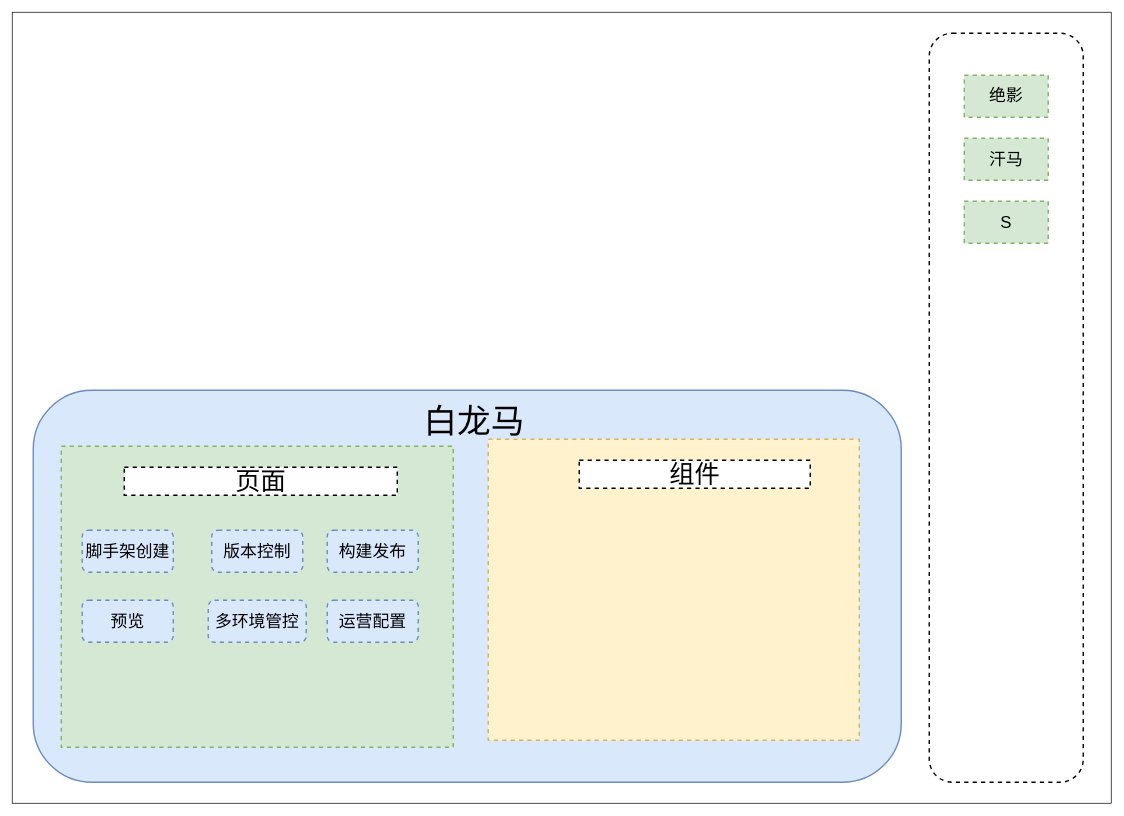
Earlier version of the draw.io diagram 未命名绘图22.drawio (Hzy0913/hanlibrary). Source tidied: cells renumbered, new cells numbered last; positions are measured from the earlier drawing's top-left corner, leaving out a move shared by most shapes. Both pictures are drawn from the tidied source at 70%, with x=0, y=0 at pixel (12, 12).
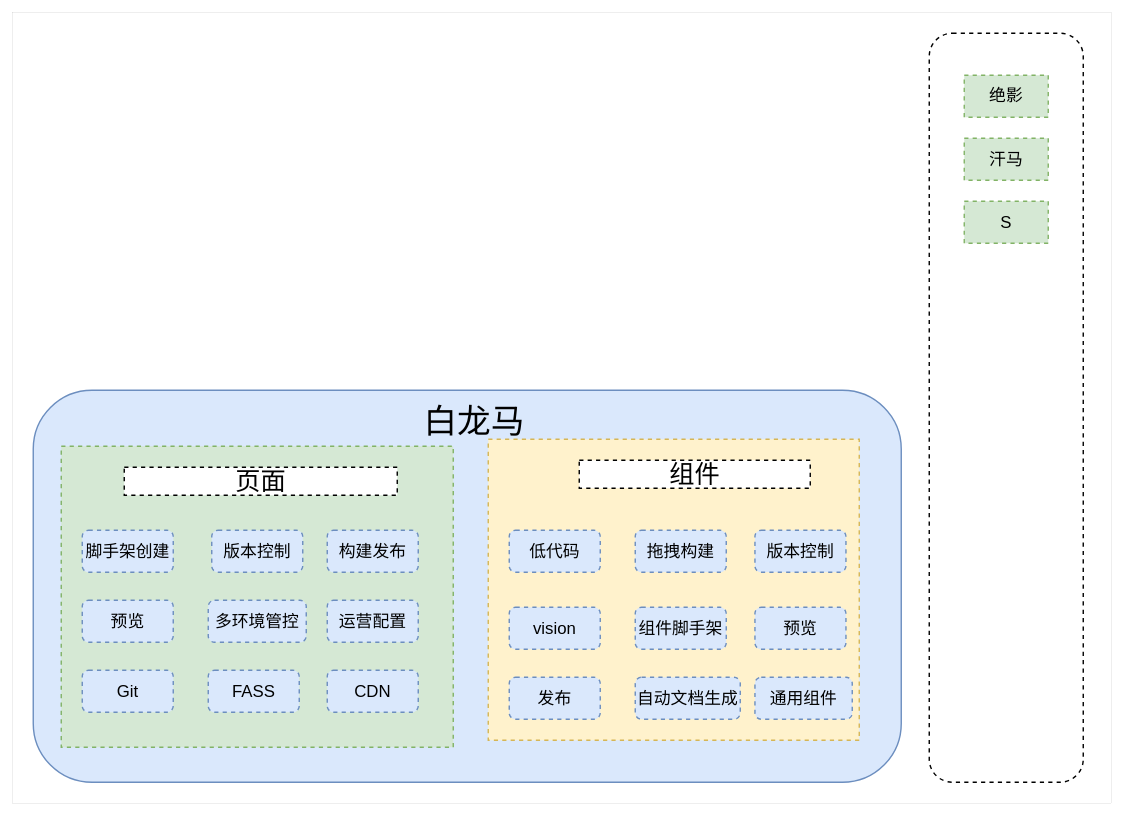
Above is the later version.

Commit message (it also covers changes not shown here):
更新未命名绘图22.drawio

Change to the diagram source:
```diff
@@
-    <mxCell id="2" style="rounded=0;whiteSpace=wrap;html=1;" parent="1" vertex="1">
+    <mxCell id="2" style="rounded=0;whiteSpace=wrap;html=1;strokeWidth=0;" parent="1" vertex="1">
       <mxGeometry width="1570" height="1130" as="geometry" />
     </mxCell>
@@
+    <mxCell id="19" value="&lt;font style=&quot;font-size: 24px&quot;&gt;低代码&lt;/font&gt;" style="rounded=1;whiteSpace=wrap;html=1;dashed=1;strokeWidth=2;fillColor=#dae8fc;strokeColor=#6c8ebf;fontSize=22;" parent="1" vertex="1">
+      <mxGeometry x="710" y="740" width="130" height="60" as="geometry" />
+    </mxCell>
+    <mxCell id="20" value="&lt;font style=&quot;font-size: 24px&quot;&gt;拖拽构建&lt;/font&gt;" style="rounded=1;whiteSpace=wrap;html=1;dashed=1;strokeWidth=2;fillColor=#dae8fc;strokeColor=#6c8ebf;fontSize=22;" parent="1" vertex="1">
+      <mxGeometry x="890" y="740" width="130" height="60" as="geometry" />
+    </mxCell>
+    <mxCell id="21" value="&lt;font style=&quot;font-size: 24px&quot;&gt;版本控制&lt;/font&gt;" style="rounded=1;whiteSpace=wrap;html=1;dashed=1;strokeWidth=2;fillColor=#dae8fc;strokeColor=#6c8ebf;fontSize=22;" parent="1" vertex="1">
+      <mxGeometry x="1061" y="740" width="130" height="60" as="geometry" />
+    </mxCell>
+    <mxCell id="22" value="&lt;span style=&quot;font-size: 24px&quot;&gt;Git&lt;/span&gt;" style="rounded=1;whiteSpace=wrap;html=1;dashed=1;strokeWidth=2;fillColor=#dae8fc;strokeColor=#6c8ebf;fontSize=22;" parent="1" vertex="1">
+      <mxGeometry x="100" y="940" width="130" height="60" as="geometry" />
+    </mxCell>
+    <mxCell id="23" value="&lt;font style=&quot;font-size: 24px&quot;&gt;FASS&lt;/font&gt;" style="rounded=1;whiteSpace=wrap;html=1;dashed=1;strokeWidth=2;fillColor=#dae8fc;strokeColor=#6c8ebf;fontSize=22;" parent="1" vertex="1">
+      <mxGeometry x="280" y="940" width="130" height="60" as="geometry" />
+    </mxCell>
+    <mxCell id="24" value="&lt;span style=&quot;font-size: 24px&quot;&gt;CDN&lt;/span&gt;" style="rounded=1;whiteSpace=wrap;html=1;dashed=1;strokeWidth=2;fillColor=#dae8fc;strokeColor=#6c8ebf;fontSize=22;" parent="1" vertex="1">
+      <mxGeometry x="450" y="940" width="130" height="60" as="geometry" />
+    </mxCell>
+    <mxCell id="25" value="&lt;span style=&quot;font-size: 24px&quot;&gt;vision&lt;/span&gt;" style="rounded=1;whiteSpace=wrap;html=1;dashed=1;strokeWidth=2;fillColor=#dae8fc;strokeColor=#6c8ebf;fontSize=22;" parent="1" vertex="1">
+      <mxGeometry x="710" y="850" width="130" height="60" as="geometry" />
+    </mxCell>
+    <mxCell id="26" value="&lt;span style=&quot;font-size: 24px&quot;&gt;组件脚手架&lt;/span&gt;" style="rounded=1;whiteSpace=wrap;html=1;dashed=1;strokeWidth=2;fillColor=#dae8fc;strokeColor=#6c8ebf;fontSize=22;" parent="1" vertex="1">
+      <mxGeometry x="890" y="850" width="130" height="60" as="geometry" />
+    </mxCell>
+    <mxCell id="27" value="&lt;span style=&quot;font-size: 24px&quot;&gt;预览&lt;/span&gt;" style="rounded=1;whiteSpace=wrap;html=1;dashed=1;strokeWidth=2;fillColor=#dae8fc;strokeColor=#6c8ebf;fontSize=22;" parent="1" vertex="1">
+      <mxGeometry x="1061" y="850" width="130" height="60" as="geometry" />
+    </mxCell>
+    <mxCell id="28" value="&lt;span style=&quot;font-size: 24px&quot;&gt;发布&lt;/span&gt;" style="rounded=1;whiteSpace=wrap;html=1;dashed=1;strokeWidth=2;fillColor=#dae8fc;strokeColor=#6c8ebf;fontSize=22;" parent="1" vertex="1">
+      <mxGeometry x="710" y="950" width="130" height="60" as="geometry" />
+    </mxCell>
+    <mxCell id="29" value="&lt;span style=&quot;font-size: 24px&quot;&gt;自动文档生成&lt;/span&gt;" style="rounded=1;whiteSpace=wrap;html=1;dashed=1;strokeWidth=2;fillColor=#dae8fc;strokeColor=#6c8ebf;fontSize=22;" parent="1" vertex="1">
+      <mxGeometry x="890" y="950" width="150" height="60" as="geometry" />
+    </mxCell>
+    <mxCell id="30" value="&lt;span style=&quot;font-size: 24px&quot;&gt;通用组件&lt;/span&gt;" style="rounded=1;whiteSpace=wrap;html=1;dashed=1;strokeWidth=2;fillColor=#dae8fc;strokeColor=#6c8ebf;fontSize=22;" parent="1" vertex="1">
+      <mxGeometry x="1061" y="950" width="139" height="60" as="geometry" />
+    </mxCell>
```
